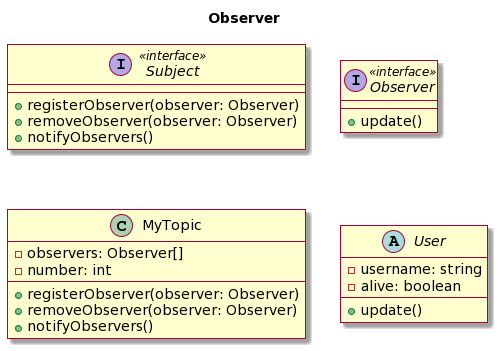
The PlantUML diagram frontend/src/assets/rules/defined_class_rule.png in michael-mb/GReQL-Converter, before a commit.
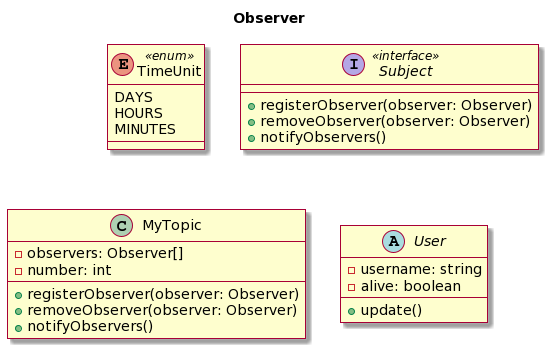
The same diagram one commit later.

The edit, as a diff of the source:
```diff
@@ -1,7 +1,12 @@
 @startuml
 skin rose
+title Observer
 
-title Observer
+enum TimeUnit <<enum>> {
+  DAYS
+  HOURS
+  MINUTES
+}
 
 interface Subject <<interface>> {
     + registerObserver(observer: Observer)
@@ -9,9 +14,6 @@
     + notifyObservers()
 }
 
-interface Observer <<interface>> {
-    + update()
-}
 
 class MyTopic {
     - observers: Observer[]
```
